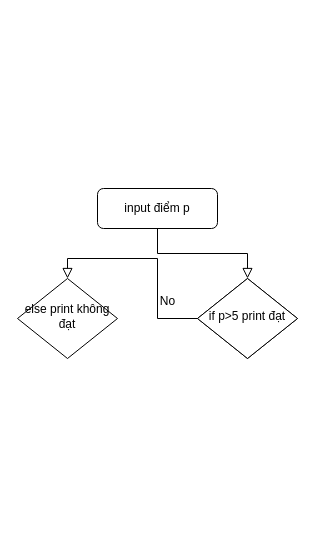
The draw.io diagram bt4.drawio in QuangHuy2006/session-1-C, before the edit. Source tidied: cells renumbered, new cells numbered last; positions are measured from the earlier drawing's top-left corner, leaving out a move shared by most shapes. Both pictures are drawn from the tidied source at 100%, with x=0, y=0 at pixel (17, 188).
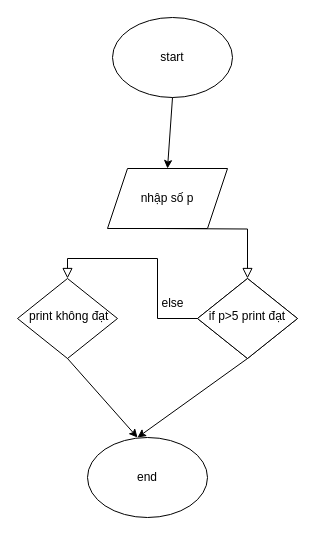
The same page after the edit.

Commit message:
Cập nhật bt4.drawio

The edit, as a diff of the source:
```diff
@@
 <mxGraphModel>
   <root>
     <mxCell id="0" />
     <mxCell id="1" parent="0" />
-    <mxCell id="2" style="rounded=0;html=1;jettySize=auto;fontSize=11;endArrow=block;endFill=0;endSize=8;strokeWidth=1;shadow=0;labelBackgroundColor=none;edgeStyle=orthogonalEdgeStyle;" parent="1" edge="1" source="3" target="4">
-      <mxGeometry relative="1" as="geometry" />
+    <mxCell id="2" style="rounded=0;html=1;jettySize=auto;fontSize=11;endArrow=block;endFill=0;endSize=8;strokeWidth=1;shadow=0;labelBackgroundColor=none;edgeStyle=orthogonalEdgeStyle;" parent="1" edge="1" target="4">
+      <mxGeometry relative="1" as="geometry">
+        <mxPoint x="140" y="40" as="sourcePoint" />
+      </mxGeometry>
     </mxCell>
-    <mxCell id="3" value="input điểm p" style="rounded=1;whiteSpace=wrap;html=1;fontSize=12;glass=0;strokeWidth=1;shadow=0;" parent="1" vertex="1">
-      <mxGeometry x="80" width="120" height="40" as="geometry" />
-    </mxCell>
     <mxCell id="4" value="sum=a+b" style="rhombus;whiteSpace=wrap;html=1;shadow=0;fontFamily=Helvetica;fontSize=12;align=center;strokeWidth=1;spacing=6;spacingTop=-4;" parent="1" vertex="1">
       <mxGeometry x="180" y="90" width="100" height="80" as="geometry" />
     </mxCell>
     <mxCell id="5" value="if p&amp;gt;5 print đạt" style="rhombus;whiteSpace=wrap;html=1;shadow=0;fontFamily=Helvetica;fontSize=12;align=center;strokeWidth=1;spacing=6;spacingTop=-4;" parent="1" vertex="1">
       <mxGeometry x="180" y="90" width="100" height="80" as="geometry" />
     </mxCell>
-    <mxCell id="6" value="else print không đạt" style="rhombus;whiteSpace=wrap;html=1;shadow=0;fontFamily=Helvetica;fontSize=12;align=center;strokeWidth=1;spacing=6;spacingTop=-4;" parent="1" vertex="1">
+    <mxCell id="6" value="&amp;nbsp;print không đạt" style="rhombus;whiteSpace=wrap;html=1;shadow=0;fontFamily=Helvetica;fontSize=12;align=center;strokeWidth=1;spacing=6;spacingTop=-4;" parent="1" vertex="1">
       <mxGeometry y="90" width="100" height="80" as="geometry" />
     </mxCell>
     <mxCell id="7" style="rounded=0;html=1;jettySize=auto;fontSize=11;endArrow=block;endFill=0;endSize=8;strokeWidth=1;shadow=0;labelBackgroundColor=none;edgeStyle=orthogonalEdgeStyle;entryX=0.5;entryY=0;entryDx=0;entryDy=0;exitX=0;exitY=0.5;exitDx=0;exitDy=0;" parent="1" edge="1" source="5" target="6">
       <mxGeometry relative="1" as="geometry" />
     </mxCell>
-    <mxCell id="8" value="No" style="text;html=1;align=center;verticalAlign=middle;strokeColor=none;fillColor=none;" parent="1" vertex="1">
-      <mxGeometry x="130" y="98" width="40" height="30" as="geometry" />
+    <mxCell id="8" value="else" style="text;html=1;align=center;verticalAlign=middle;strokeColor=none;fillColor=none;" parent="1" vertex="1">
+      <mxGeometry x="130" y="100" width="50" height="30" as="geometry" />
     </mxCell>
+    <mxCell id="9" value="nhập số p" style="shape=parallelogram;perimeter=parallelogramPerimeter;whiteSpace=wrap;html=1;fixedSize=1;" parent="1" vertex="1">
+      <mxGeometry x="90" y="-20" width="120" height="60" as="geometry" />
+    </mxCell>
+    <mxCell id="10" value="start" style="ellipse;whiteSpace=wrap;html=1;" parent="1" vertex="1">
+      <mxGeometry x="95" y="-171" width="120" height="80" as="geometry" />
+    </mxCell>
+    <mxCell id="11" style="endArrow=classic;html=1;rounded=0;exitX=0.5;exitY=1;exitDx=0;exitDy=0;entryX=0.5;entryY=0;entryDx=0;entryDy=0;" parent="1" edge="1" source="10" target="9">
+      <mxGeometry relative="1" as="geometry" />
+    </mxCell>
+    <mxCell id="12" style="endArrow=classic;html=1;rounded=0;exitX=0.5;exitY=1;exitDx=0;exitDy=0;" parent="1" edge="1" source="6">
+      <mxGeometry relative="1" as="geometry">
+        <mxPoint x="120" y="249" as="targetPoint" />
+      </mxGeometry>
+    </mxCell>
+    <mxCell id="13" style="endArrow=classic;html=1;rounded=0;exitX=0.5;exitY=1;exitDx=0;exitDy=0;" parent="1" edge="1" source="5">
+      <mxGeometry relative="1" as="geometry">
+        <mxPoint x="120" y="249" as="targetPoint" />
+      </mxGeometry>
+    </mxCell>
+    <mxCell id="14" value="end" style="ellipse;whiteSpace=wrap;html=1;" parent="1" vertex="1">
+      <mxGeometry x="70" y="249" width="120" height="80" as="geometry" />
+    </mxCell>
   </root>
 </mxGraphModel>
```
